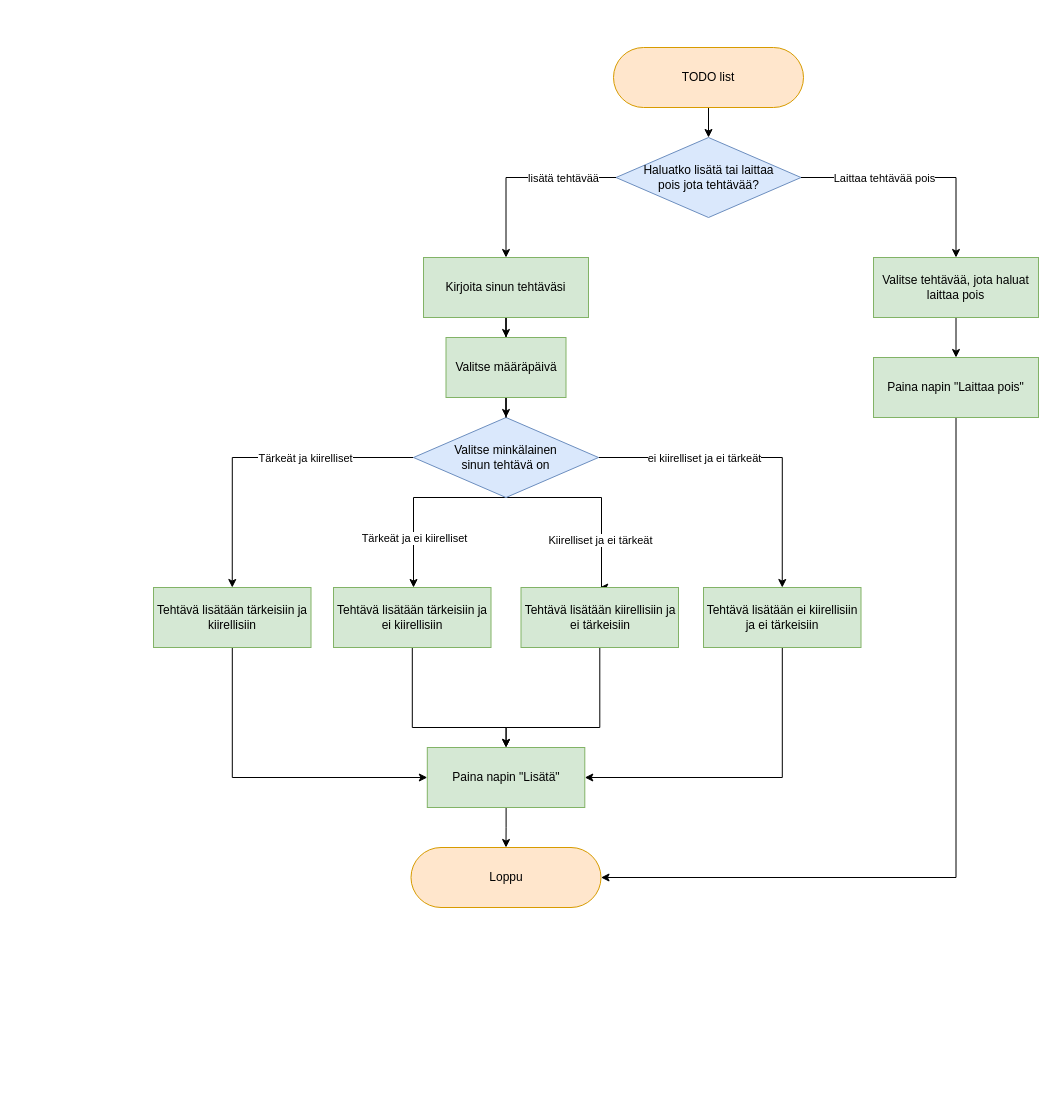
This is Diagram.drawio from IrinaTuma/TODO-list, a draw.io file, before an edit. Source tidied: cells renumbered, new cells numbered last; positions are measured from the earlier drawing's top-left corner, leaving out a move shared by most shapes. Both pictures are drawn from the tidied source at 100%, with x=0, y=0 at pixel (153, 47).
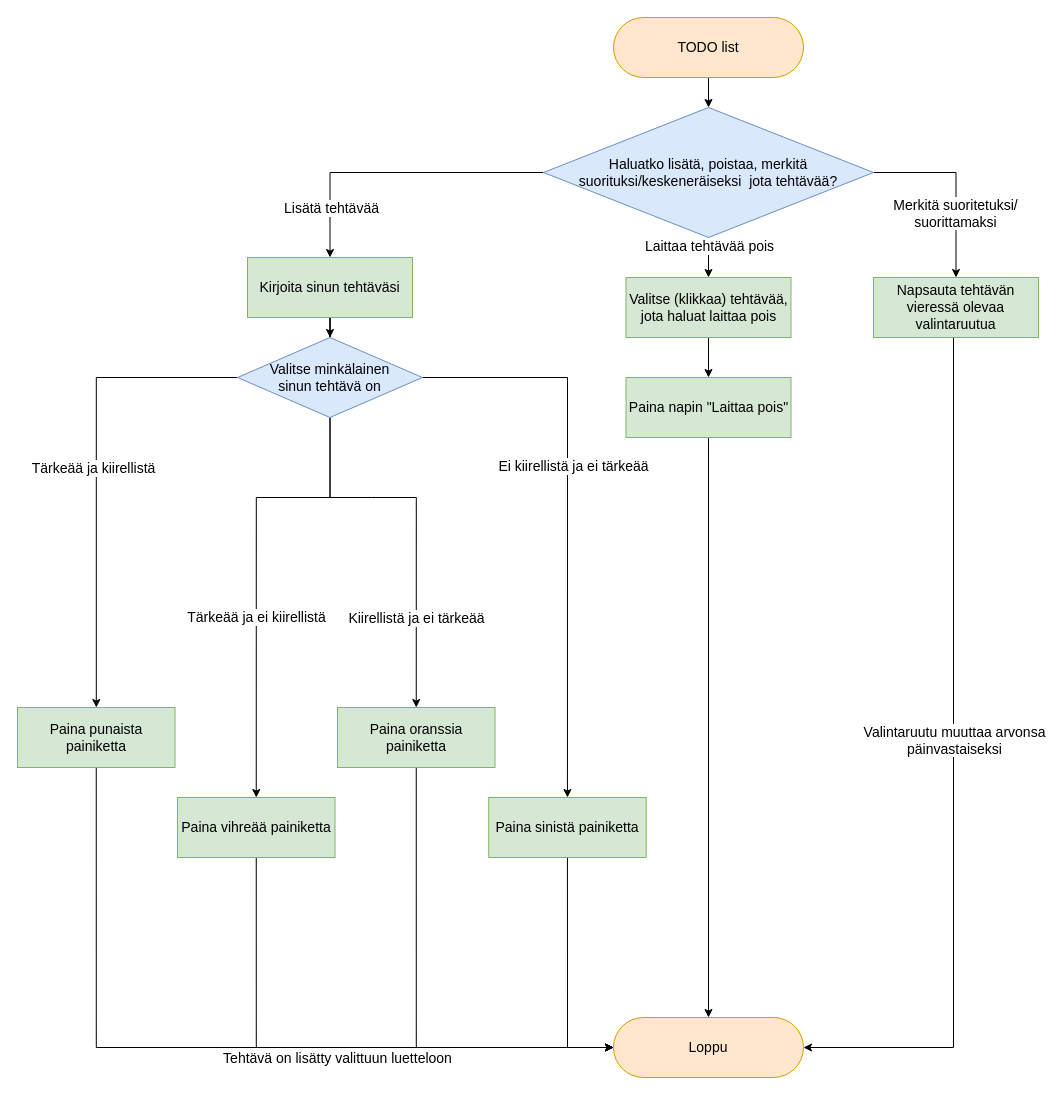
Above is the later version.

Commit message (it also covers changes not shown here):
Updating the Application Diagram

The edit, as a diff of the source:
```diff
@@
-    <mxCell id="3" value="TODO list" style="rounded=1;whiteSpace=wrap;html=1;arcSize=50;fillColor=#ffe6cc;strokeColor=#d79b00;" parent="1" vertex="1">
-      <mxGeometry x="460" width="190" height="60" as="geometry" />
+    <mxCell id="3" value="TODO list" style="rounded=1;whiteSpace=wrap;html=1;arcSize=50;fillColor=#ffe6cc;strokeColor=#d79b00;fontSize=14;" parent="1" vertex="1">
+      <mxGeometry x="460" y="-30" width="190" height="60" as="geometry" />
     </mxCell>
-    <mxCell id="4" style="edgeStyle=orthogonalEdgeStyle;rounded=0;jettySize=auto;html=1;entryX=0.5;entryY=0;entryDx=0;entryDy=0;" parent="1" edge="1" source="5" target="30">
-      <mxGeometry relative="1" as="geometry" />
-    </mxCell>
+    <mxCell id="37" style="edgeStyle=orthogonalEdgeStyle;rounded=0;jettySize=auto;html=1;" parent="1" edge="1" source="5" target="14">
+      <mxGeometry relative="1" as="geometry" />
+    </mxCell>
-    <mxCell id="5" value="Kirjoita sinun tehtäväsi" style="rounded=0;whiteSpace=wrap;html=1;fillColor=#d5e8d4;strokeColor=#82b366;" parent="1" vertex="1">
-      <mxGeometry x="270" y="210" width="165" height="60" as="geometry" />
+    <mxCell id="5" value="Kirjoita sinun tehtäväsi" style="rounded=0;whiteSpace=wrap;html=1;fillColor=#d5e8d4;strokeColor=#82b366;fontSize=14;" parent="1" vertex="1">
+      <mxGeometry x="94" y="210" width="165" height="60" as="geometry" />
     </mxCell>
-    <mxCell id="6" style="edgeStyle=orthogonalEdgeStyle;rounded=0;jettySize=auto;html=1;entryX=0.5;entryY=0;entryDx=0;entryDy=0;" parent="1" edge="1" source="14" target="16">
+    <mxCell id="6" style="edgeStyle=orthogonalEdgeStyle;rounded=0;jettySize=auto;html=1;" parent="1" edge="1" source="14" target="36">
       <mxGeometry relative="1" as="geometry" />
     </mxCell>
-    <mxCell id="7" value="Tärkeät ja kiirelliset" style="edgeLabel;html=1;align=center;verticalAlign=middle;" parent="6" vertex="1">
+    <mxCell id="7" value="Tärkeää ja kiirellistä" style="edgeLabel;html=1;align=center;verticalAlign=middle;fontSize=14;" parent="6" vertex="1">
       <mxGeometry x="0.03" relative="1" as="geometry">
-        <mxPoint x="51" as="offset" />
+        <mxPoint x="-3" y="-11" as="offset" />
       </mxGeometry>
     </mxCell>
-    <mxCell id="8" style="edgeStyle=orthogonalEdgeStyle;rounded=0;jettySize=auto;html=1;exitX=0.5;exitY=1;exitDx=0;exitDy=0;" parent="1" edge="1" source="14" target="18">
+    <mxCell id="8" style="edgeStyle=orthogonalEdgeStyle;rounded=0;jettySize=auto;html=1;exitX=0.5;exitY=1;exitDx=0;exitDy=0;entryX=0.5;entryY=0;entryDx=0;entryDy=0;" parent="1" edge="1" source="14" target="42">
       <mxGeometry relative="1" as="geometry">
         <Array as="points">
-          <mxPoint x="260" y="450" />
+          <mxPoint x="177" y="450" />
+          <mxPoint x="103" y="450" />
         </Array>
       </mxGeometry>
     </mxCell>
-    <mxCell id="9" value="Tärkeät ja ei kiirelliset" style="edgeLabel;html=1;align=center;verticalAlign=middle;" parent="8" vertex="1">
+    <mxCell id="9" value="Tärkeää ja ei kiirellistä" style="edgeLabel;html=1;align=center;verticalAlign=middle;fontSize=14;" parent="8" vertex="1">
       <mxGeometry x="0.38" relative="1" as="geometry">
-        <mxPoint y="7" as="offset" />
+        <mxPoint y="-40" as="offset" />
       </mxGeometry>
     </mxCell>
-    <mxCell id="10" style="edgeStyle=orthogonalEdgeStyle;rounded=0;jettySize=auto;html=1;entryX=0.5;entryY=0;entryDx=0;entryDy=0;exitX=0.5;exitY=1;exitDx=0;exitDy=0;" parent="1" edge="1" source="14" target="20">
+    <mxCell id="10" style="edgeStyle=orthogonalEdgeStyle;rounded=0;jettySize=auto;html=1;entryX=0.5;entryY=0;entryDx=0;entryDy=0;exitX=0.5;exitY=1;exitDx=0;exitDy=0;" parent="1" edge="1" source="14" target="44">
       <mxGeometry relative="1" as="geometry">
         <Array as="points">
-          <mxPoint x="448" y="450" />
+          <mxPoint x="218" y="450" />
+          <mxPoint x="311" y="450" />
         </Array>
       </mxGeometry>
     </mxCell>
-    <mxCell id="11" value="Kiirelliset ja ei tärkeät" style="edgeLabel;html=1;align=center;verticalAlign=middle;" parent="10" vertex="1">
+    <mxCell id="11" value="Kiirellistä ja ei tärkeää" style="edgeLabel;html=1;align=center;verticalAlign=middle;fontSize=14;" parent="10" vertex="1">
       <mxGeometry x="0.18" y="-2" relative="1" as="geometry">
-        <mxPoint y="28" as="offset" />
+        <mxPoint x="2" y="65" as="offset" />
       </mxGeometry>
     </mxCell>
-    <mxCell id="12" style="edgeStyle=orthogonalEdgeStyle;rounded=0;jettySize=auto;html=1;entryX=0.5;entryY=0;entryDx=0;entryDy=0;" parent="1" edge="1" source="14" target="22">
+    <mxCell id="12" style="edgeStyle=orthogonalEdgeStyle;rounded=0;jettySize=auto;html=1;entryX=0.5;entryY=0;entryDx=0;entryDy=0;" parent="1" edge="1" source="14" target="46">
       <mxGeometry relative="1" as="geometry" />
     </mxCell>
-    <mxCell id="13" value="ei kiirelliset ja ei tärkeät" style="edgeLabel;html=1;align=center;verticalAlign=middle;" parent="12" vertex="1">
+    <mxCell id="13" value="Ei kiirellistä ja ei tärkeää" style="edgeLabel;html=1;align=center;verticalAlign=middle;fontSize=14;" parent="12" vertex="1">
       <mxGeometry x="0.05" y="-1" relative="1" as="geometry">
-        <mxPoint x="-60" y="-1" as="offset" />
+        <mxPoint x="7" y="-63" as="offset" />
       </mxGeometry>
     </mxCell>
-    <mxCell id="14" value="Valitse minkälainen&lt;br&gt;sinun tehtävä on" style="rhombus;whiteSpace=wrap;html=1;fillColor=#dae8fc;strokeColor=#6c8ebf;" parent="1" vertex="1">
-      <mxGeometry x="260" y="370" width="185" height="80" as="geometry" />
+    <mxCell id="14" value="Valitse minkälainen&lt;br style=&quot;font-size: 14px;&quot;&gt;sinun tehtävä on" style="rhombus;whiteSpace=wrap;html=1;fillColor=#dae8fc;strokeColor=#6c8ebf;fontSize=14;" parent="1" vertex="1">
+      <mxGeometry x="84" y="290" width="185" height="80" as="geometry" />
     </mxCell>
-    <mxCell id="15" style="edgeStyle=orthogonalEdgeStyle;rounded=0;jettySize=auto;html=1;entryX=0;entryY=0.5;entryDx=0;entryDy=0;" parent="1" edge="1" target="36">
-      <mxGeometry relative="1" as="geometry">
-        <mxPoint x="78.8" y="600" as="sourcePoint" />
-        <Array as="points">
-          <mxPoint x="79" y="730" />
-        </Array>
-      </mxGeometry>
-    </mxCell>
-    <mxCell id="16" value="Tehtävä lisätään tärkeisiin ja kiirellisiin" style="rounded=0;whiteSpace=wrap;html=1;fillColor=#d5e8d4;strokeColor=#82b366;" parent="1" vertex="1">
-      <mxGeometry y="540" width="157.5" height="60" as="geometry" />
-    </mxCell>
-    <mxCell id="17" style="edgeStyle=orthogonalEdgeStyle;rounded=0;jettySize=auto;html=1;entryX=0.5;entryY=0;entryDx=0;entryDy=0;" parent="1" edge="1" source="18" target="36">
-      <mxGeometry relative="1" as="geometry">
-        <Array as="points">
-          <mxPoint x="259" y="680" />
-          <mxPoint x="353" y="680" />
-        </Array>
-      </mxGeometry>
-    </mxCell>
-    <mxCell id="18" value="Tehtävä lisätään tärkeisiin ja ei kiirellisiin" style="rounded=0;whiteSpace=wrap;html=1;fillColor=#d5e8d4;strokeColor=#82b366;" parent="1" vertex="1">
-      <mxGeometry x="180" y="540" width="157.5" height="60" as="geometry" />
-    </mxCell>
-    <mxCell id="19" style="edgeStyle=orthogonalEdgeStyle;rounded=0;jettySize=auto;html=1;entryX=0.5;entryY=0;entryDx=0;entryDy=0;" parent="1" edge="1" source="20" target="36">
-      <mxGeometry relative="1" as="geometry">
-        <Array as="points">
-          <mxPoint x="446" y="680" />
-          <mxPoint x="353" y="680" />
-        </Array>
-      </mxGeometry>
-    </mxCell>
-    <mxCell id="20" value="Tehtävä lisätään kiirellisiin ja ei tärkeisiin" style="rounded=0;whiteSpace=wrap;html=1;fillColor=#d5e8d4;strokeColor=#82b366;" parent="1" vertex="1">
-      <mxGeometry x="367.5" y="540" width="157.5" height="60" as="geometry" />
-    </mxCell>
-    <mxCell id="21" style="edgeStyle=orthogonalEdgeStyle;rounded=0;jettySize=auto;html=1;entryX=1;entryY=0.5;entryDx=0;entryDy=0;" parent="1" edge="1" source="22" target="36">
-      <mxGeometry relative="1" as="geometry">
-        <Array as="points">
-          <mxPoint x="629" y="730" />
-        </Array>
-      </mxGeometry>
-    </mxCell>
-    <mxCell id="22" value="Tehtävä lisätään ei kiirellisiin ja ei tärkeisiin" style="rounded=0;whiteSpace=wrap;html=1;fillColor=#d5e8d4;strokeColor=#82b366;" parent="1" vertex="1">
-      <mxGeometry x="550" y="540" width="157.5" height="60" as="geometry" />
-    </mxCell>
-    <mxCell id="23" value="Loppu" style="rounded=1;whiteSpace=wrap;html=1;arcSize=50;fillColor=#ffe6cc;strokeColor=#d79b00;" parent="1" vertex="1">
-      <mxGeometry x="257.5" y="800" width="190" height="60" as="geometry" />
+    <mxCell id="23" value="Loppu" style="rounded=1;whiteSpace=wrap;html=1;arcSize=50;fillColor=#ffe6cc;strokeColor=#d79b00;fontSize=14;" parent="1" vertex="1">
+      <mxGeometry x="460" y="970" width="190" height="60" as="geometry" />
     </mxCell>
-    <mxCell id="24" style="edgeStyle=orthogonalEdgeStyle;rounded=0;jettySize=auto;html=1;" parent="1" edge="1" source="28" target="5">
+    <mxCell id="24" style="edgeStyle=orthogonalEdgeStyle;rounded=0;jettySize=auto;html=1;exitX=0;exitY=0.5;exitDx=0;exitDy=0;" parent="1" edge="1" source="28" target="5">
       <mxGeometry relative="1" as="geometry" />
     </mxCell>
-    <mxCell id="25" value="lisätä tehtävää" style="edgeLabel;html=1;align=center;verticalAlign=middle;" parent="24" vertex="1">
+    <mxCell id="25" value="Lisätä tehtävää" style="edgeLabel;html=1;align=center;verticalAlign=middle;fontSize=14;" parent="24" vertex="1">
       <mxGeometry x="0.01" y="-2" relative="1" as="geometry">
-        <mxPoint x="43" y="2" as="offset" />
+        <mxPoint x="-62" y="37" as="offset" />
       </mxGeometry>
     </mxCell>
-    <mxCell id="26" style="edgeStyle=orthogonalEdgeStyle;rounded=0;jettySize=auto;html=1;" parent="1" edge="1" source="28" target="32">
+    <mxCell id="26" style="edgeStyle=orthogonalEdgeStyle;rounded=0;jettySize=auto;html=1;exitX=0.5;exitY=1;exitDx=0;exitDy=0;" parent="1" edge="1" source="28" target="32">
       <mxGeometry relative="1" as="geometry" />
     </mxCell>
-    <mxCell id="27" value="Laittaa tehtävää pois" style="edgeLabel;html=1;align=center;verticalAlign=middle;" parent="26" vertex="1">
-      <mxGeometry x="-0.58" relative="1" as="geometry">
-        <mxPoint x="34" as="offset" />
-      </mxGeometry>
+    <mxCell id="27" value="Laittaa tehtävää pois" style="edgeLabel;html=1;align=center;verticalAlign=middle;fontSize=14;" parent="26" vertex="1">
+      <mxGeometry x="-0.58" relative="1" as="geometry" />
     </mxCell>
+    <mxCell id="38" style="edgeStyle=orthogonalEdgeStyle;rounded=0;jettySize=auto;html=1;exitX=1;exitY=0.5;exitDx=0;exitDy=0;entryX=0.5;entryY=0;entryDx=0;entryDy=0;" parent="1" edge="1" source="28" target="49">
+      <mxGeometry relative="1" as="geometry" />
+    </mxCell>
+    <mxCell id="39" value="Merkitä suoritetuksi/&lt;br&gt;suorittamaksi" style="edgeLabel;html=1;align=center;verticalAlign=middle;fontSize=14;" parent="38" vertex="1">
+      <mxGeometry x="-0.44" y="-3" relative="1" as="geometry">
+        <mxPoint x="28" y="37" as="offset" />
+      </mxGeometry>
+    </mxCell>
-    <mxCell id="28" value="Haluatko lisätä tai laittaa&lt;br&gt;pois jota tehtävää?" style="rhombus;whiteSpace=wrap;html=1;fillColor=#dae8fc;strokeColor=#6c8ebf;" parent="1" vertex="1">
-      <mxGeometry x="462.5" y="90" width="185" height="80" as="geometry" />
+    <mxCell id="28" value="Haluatko lisätä, poistaa, merkitä suorituksi/keskeneräiseksi&amp;nbsp; jota tehtävää?" style="rhombus;whiteSpace=wrap;html=1;fillColor=#dae8fc;strokeColor=#6c8ebf;fontSize=14;" parent="1" vertex="1">
+      <mxGeometry x="390" y="60" width="330" height="130" as="geometry" />
     </mxCell>
-    <mxCell id="29" style="edgeStyle=orthogonalEdgeStyle;rounded=0;jettySize=auto;html=1;entryX=0.5;entryY=0;entryDx=0;entryDy=0;" parent="1" edge="1" source="30" target="14">
-      <mxGeometry relative="1" as="geometry" />
-    </mxCell>
-    <mxCell id="30" value="Valitse määräpäivä" style="rounded=0;whiteSpace=wrap;html=1;fillColor=#d5e8d4;strokeColor=#82b366;" parent="1" vertex="1">
-      <mxGeometry x="292.5" y="290" width="120" height="60" as="geometry" />
-    </mxCell>
@@
-    <mxCell id="32" value="Valitse tehtävää, jota haluat laittaa pois" style="rounded=0;whiteSpace=wrap;html=1;fillColor=#d5e8d4;strokeColor=#82b366;" parent="1" vertex="1">
-      <mxGeometry x="720" y="210" width="165" height="60" as="geometry" />
+    <mxCell id="32" value="Valitse (klikkaa) tehtävää, jota haluat laittaa pois" style="rounded=0;whiteSpace=wrap;html=1;fillColor=#d5e8d4;strokeColor=#82b366;fontSize=14;" parent="1" vertex="1">
+      <mxGeometry x="472.5" y="230" width="165" height="60" as="geometry" />
     </mxCell>
-    <mxCell id="33" style="edgeStyle=orthogonalEdgeStyle;rounded=0;jettySize=auto;html=1;entryX=1;entryY=0.5;entryDx=0;entryDy=0;exitX=0.5;exitY=1;exitDx=0;exitDy=0;" parent="1" edge="1" source="34" target="23">
+    <mxCell id="33" style="edgeStyle=orthogonalEdgeStyle;rounded=0;jettySize=auto;html=1;entryX=0.5;entryY=0;entryDx=0;entryDy=0;exitX=0.5;exitY=1;exitDx=0;exitDy=0;" parent="1" edge="1" source="34" target="23">
       <mxGeometry relative="1" as="geometry" />
     </mxCell>
-    <mxCell id="34" value="Paina napin &quot;Laittaa pois&quot;" style="rounded=0;whiteSpace=wrap;html=1;fillColor=#d5e8d4;strokeColor=#82b366;" parent="1" vertex="1">
-      <mxGeometry x="720" y="310" width="165" height="60" as="geometry" />
+    <mxCell id="34" value="Paina napin &quot;Laittaa pois&quot;" style="rounded=0;whiteSpace=wrap;html=1;fillColor=#d5e8d4;strokeColor=#82b366;fontSize=14;" parent="1" vertex="1">
+      <mxGeometry x="472.5" y="330" width="165" height="60" as="geometry" />
     </mxCell>
-    <mxCell id="35" style="edgeStyle=orthogonalEdgeStyle;rounded=0;jettySize=auto;html=1;" parent="1" edge="1" source="36" target="23">
-      <mxGeometry relative="1" as="geometry" />
+    <mxCell id="35" style="edgeStyle=orthogonalEdgeStyle;rounded=0;jettySize=auto;html=1;entryX=0;entryY=0.5;entryDx=0;entryDy=0;exitX=0.5;exitY=1;exitDx=0;exitDy=0;" parent="1" edge="1" source="36" target="23">
+      <mxGeometry relative="1" as="geometry">
+        <Array as="points">
+          <mxPoint x="-57" y="1000" />
+        </Array>
+      </mxGeometry>
     </mxCell>
+    <mxCell id="40" value="Tehtävä on lisätty valittuun luetteloon" style="edgeLabel;html=1;align=center;verticalAlign=middle;fontSize=14;" parent="35" vertex="1">
+      <mxGeometry x="-0.63" y="2" relative="1" as="geometry">
+        <mxPoint x="239" y="144" as="offset" />
+      </mxGeometry>
+    </mxCell>
-    <mxCell id="36" value="Paina napin &quot;Lisätä&quot;" style="rounded=0;whiteSpace=wrap;html=1;fillColor=#d5e8d4;strokeColor=#82b366;" parent="1" vertex="1">
-      <mxGeometry x="273.8" y="700" width="157.5" height="60" as="geometry" />
+    <mxCell id="36" value="Paina punaista painiketta" style="rounded=0;whiteSpace=wrap;html=1;fillColor=#d5e8d4;strokeColor=#82b366;fontSize=14;" parent="1" vertex="1">
+      <mxGeometry x="-136" y="660" width="157.5" height="60" as="geometry" />
     </mxCell>
+    <mxCell id="41" style="edgeStyle=orthogonalEdgeStyle;rounded=0;jettySize=auto;html=1;entryX=0;entryY=0.5;entryDx=0;entryDy=0;exitX=0.5;exitY=1;exitDx=0;exitDy=0;" parent="1" edge="1" source="42" target="23">
+      <mxGeometry relative="1" as="geometry">
+        <Array as="points">
+          <mxPoint x="103" y="1000" />
+        </Array>
+      </mxGeometry>
+    </mxCell>
+    <mxCell id="42" value="Paina vihreää painiketta" style="rounded=0;whiteSpace=wrap;html=1;fillColor=#d5e8d4;strokeColor=#82b366;fontSize=14;" parent="1" vertex="1">
+      <mxGeometry x="24" y="750" width="157.5" height="60" as="geometry" />
+    </mxCell>
+    <mxCell id="43" style="edgeStyle=orthogonalEdgeStyle;rounded=0;jettySize=auto;html=1;entryX=0;entryY=0.5;entryDx=0;entryDy=0;exitX=0.5;exitY=1;exitDx=0;exitDy=0;" parent="1" edge="1" source="44" target="23">
+      <mxGeometry relative="1" as="geometry" />
+    </mxCell>
+    <mxCell id="44" value="Paina oranssia painiketta" style="rounded=0;whiteSpace=wrap;html=1;fillColor=#d5e8d4;strokeColor=#82b366;fontSize=14;" parent="1" vertex="1">
+      <mxGeometry x="184" y="660" width="157.5" height="60" as="geometry" />
+    </mxCell>
+    <mxCell id="45" style="edgeStyle=orthogonalEdgeStyle;rounded=0;jettySize=auto;html=1;entryX=0;entryY=0.5;entryDx=0;entryDy=0;exitX=0.5;exitY=1;exitDx=0;exitDy=0;" parent="1" edge="1" source="46" target="23">
+      <mxGeometry relative="1" as="geometry" />
+    </mxCell>
+    <mxCell id="46" value="Paina sinistä painiketta" style="rounded=0;whiteSpace=wrap;html=1;fillColor=#d5e8d4;strokeColor=#82b366;fontSize=14;" parent="1" vertex="1">
+      <mxGeometry x="335.2" y="750" width="157.5" height="60" as="geometry" />
+    </mxCell>
+    <mxCell id="47" style="edgeStyle=orthogonalEdgeStyle;rounded=0;jettySize=auto;html=1;entryX=1;entryY=0.5;entryDx=0;entryDy=0;exitX=0.5;exitY=1;exitDx=0;exitDy=0;" parent="1" edge="1" source="49" target="23">
+      <mxGeometry relative="1" as="geometry">
+        <Array as="points">
+          <mxPoint x="800" y="290" />
+          <mxPoint x="800" y="1000" />
+        </Array>
+      </mxGeometry>
+    </mxCell>
+    <mxCell id="48" value="Valintaruutu muuttaa arvonsa&lt;br&gt;päinvastaiseksi" style="edgeLabel;html=1;align=center;verticalAlign=middle;fontSize=14;" parent="47" vertex="1">
+      <mxGeometry x="-0.06" y="-2" relative="1" as="geometry">
+        <mxPoint x="2" as="offset" />
+      </mxGeometry>
+    </mxCell>
+    <mxCell id="49" value="Napsauta tehtävän vieressä olevaa valintaruutua" style="rounded=0;whiteSpace=wrap;html=1;fillColor=#d5e8d4;strokeColor=#82b366;fontSize=14;" parent="1" vertex="1">
+      <mxGeometry x="720" y="230" width="165" height="60" as="geometry" />
+    </mxCell>
```
